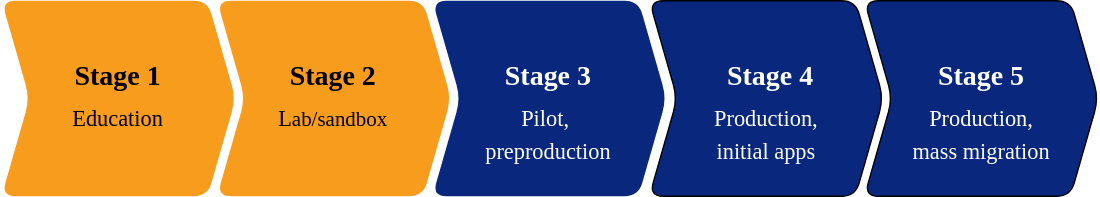
The draw.io diagram images/stages.svg in dimitri-nicolo/calico, before a commit. Source tidied: cells renumbered, new cells last; positions are measured from the earlier drawing's top-left corner, leaving out a move shared by most shapes. Source of this version:
```xml
<mxGraphModel>
  <root>
    <mxCell id="0" />
    <mxCell id="1" parent="0" />
    <mxCell id="2" style="group;" parent="1" vertex="1">
      <mxGeometry width="785" height="140" as="geometry" />
    </mxCell>
    <mxCell id="3" style="group;" parent="2" vertex="1">
      <mxGeometry width="785" height="140" as="geometry" />
    </mxCell>
    <mxCell id="4" style="endArrow=none;dashed=1;html=1;dashPattern=1 3;strokeWidth=2;fontFamily=Verdana;fontSize=14;fontColor=#000000;" parent="3" edge="1">
      <mxGeometry relative="1" as="geometry">
        <mxPoint x="382.7" y="131.2" as="sourcePoint" />
        <mxPoint x="431.7" y="87.5" as="targetPoint" />
      </mxGeometry>
    </mxCell>
    <mxCell id="5" style="endArrow=none;dashed=1;html=1;dashPattern=1 3;strokeWidth=2;fontFamily=Verdana;fontSize=14;fontColor=#000000;" parent="3" edge="1">
      <mxGeometry relative="1" as="geometry">
        <mxPoint x="382.7" y="131.2" as="sourcePoint" />
        <mxPoint x="431.7" y="87.5" as="targetPoint" />
      </mxGeometry>
    </mxCell>
    <mxCell id="6" style="group;" parent="3" vertex="1">
      <mxGeometry width="785" height="140" as="geometry" />
    </mxCell>
    <mxCell id="7" value="&lt;font&gt;&lt;br&gt;&lt;font style=&quot;font-size: 16px&quot;&gt;Education&lt;/font&gt;&lt;br&gt;&lt;/font&gt;" style="shape=step;perimeter=stepPerimeter;whiteSpace=wrap;html=1;fixedSize=1;fontSize=20;fontFamily=Verdana;labelBackgroundColor=none;fillColor=#F89C1E;strokeColor=none;rounded=1;" parent="6" vertex="1">
      <mxGeometry width="167.5" height="140" as="geometry" />
    </mxCell>
    <mxCell id="8" value="&lt;br&gt;&lt;font style=&quot;font-size: 16px&quot;&gt;L&lt;/font&gt;&lt;font style=&quot;font-size: 15px&quot;&gt;ab/sandbox&lt;/font&gt;" style="shape=step;perimeter=stepPerimeter;whiteSpace=wrap;html=1;fixedSize=1;fontSize=20;fontFamily=Verdana;labelBackgroundColor=none;fillColor=#F89C1E;strokeColor=none;rounded=1;" parent="6" vertex="1">
      <mxGeometry x="154.2" width="167.5" height="140" as="geometry" />
    </mxCell>
    <mxCell id="9" value="&lt;b&gt;&lt;br&gt;&lt;/b&gt;&lt;br&gt;&lt;font style=&quot;font-size: 16px&quot;&gt;&lt;font style=&quot;font-size: 16px&quot;&gt;Pilo&lt;/font&gt;t,&amp;nbsp;&lt;br&gt;preproduction&lt;/font&gt;" style="shape=step;perimeter=stepPerimeter;whiteSpace=wrap;html=1;fixedSize=1;fillColor=#09287D;fontColor=#FFFFFF;fontSize=20;fontFamily=Verdana;labelBackgroundColor=none;strokeColor=none;rounded=1;" parent="6" vertex="1">
      <mxGeometry x="308.3" width="167.5" height="140" as="geometry" />
    </mxCell>
    <mxCell id="10" value="&lt;font style=&quot;font-weight: bold ; font-size: 20px&quot;&gt;&lt;br&gt;&lt;/font&gt;&lt;br&gt;&lt;font style=&quot;font-size: 16px&quot;&gt;Production,&lt;br&gt;initial apps&lt;/font&gt;" style="shape=step;perimeter=stepPerimeter;whiteSpace=wrap;html=1;fixedSize=1;fillColor=#09287D;fontColor=#FFFFFF;fontSize=20;fontFamily=Verdana;labelBackgroundColor=none;rounded=1;" parent="6" vertex="1">
      <mxGeometry x="463.6" width="167.5" height="140" as="geometry" />
    </mxCell>
    <mxCell id="11" value="&lt;b&gt;&lt;br&gt;&lt;/b&gt;&lt;br&gt;&lt;span style=&quot;font-size: 16px&quot;&gt;Production,&lt;/span&gt;&lt;br&gt;&lt;span style=&quot;font-size: 16px&quot;&gt;mass migration&lt;/span&gt;" style="shape=step;perimeter=stepPerimeter;whiteSpace=wrap;html=1;fixedSize=1;fillColor=#09287D;fontColor=#FFFFFF;fontFamily=Verdana;fontSize=20;labelBackgroundColor=none;rounded=1;" parent="6" vertex="1">
      <mxGeometry x="617.5" width="167.5" height="140" as="geometry" />
    </mxCell>
    <mxCell id="12" value="&lt;b style=&quot;color: rgb(0, 0, 0); font-family: verdana; font-size: 20px; font-style: normal; letter-spacing: normal; text-align: center; text-indent: 0px; text-transform: none; word-spacing: 0px;&quot;&gt;Stage 1&lt;/b&gt;" style="text;html=1;strokeColor=none;fillColor=none;align=center;verticalAlign=middle;whiteSpace=wrap;rounded=0;labelBackgroundColor=none;fontFamily=Verdana;fontSize=14;fontColor=#000000;" parent="6" vertex="1">
      <mxGeometry x="31.1" y="43.8" width="105.3" height="17.5" as="geometry" />
    </mxCell>
    <mxCell id="13" value="&lt;b style=&quot;color: rgb(0 , 0 , 0) ; font-family: &amp;#34;verdana&amp;#34; ; font-size: 20px ; font-style: normal ; letter-spacing: normal ; text-align: center ; text-indent: 0px ; text-transform: none ; word-spacing: 0px&quot;&gt;Stage 2&lt;/b&gt;" style="text;html=1;strokeColor=none;fillColor=none;align=center;verticalAlign=middle;whiteSpace=wrap;rounded=0;labelBackgroundColor=none;fontFamily=Verdana;fontSize=14;fontColor=#000000;" parent="6" vertex="1">
      <mxGeometry x="185.3" y="43.8" width="105.3" height="17.5" as="geometry" />
    </mxCell>
    <mxCell id="14" value="&lt;b style=&quot;font-family: verdana; font-size: 20px; font-style: normal; letter-spacing: normal; text-align: center; text-indent: 0px; text-transform: none; word-spacing: 0px;&quot;&gt;Stage 3&lt;/b&gt;" style="text;html=1;strokeColor=none;fillColor=none;align=center;verticalAlign=middle;whiteSpace=wrap;rounded=0;labelBackgroundColor=none;fontFamily=Verdana;fontSize=14;fontColor=#FFFFFF;" parent="6" vertex="1">
      <mxGeometry x="339.4" y="43.8" width="105.3" height="17.5" as="geometry" />
    </mxCell>
    <mxCell id="15" value="&lt;b style=&quot;font-family: &amp;#34;verdana&amp;#34; ; font-size: 20px ; font-style: normal ; letter-spacing: normal ; text-align: center ; text-indent: 0px ; text-transform: none ; word-spacing: 0px&quot;&gt;Stage 4&lt;/b&gt;" style="text;html=1;strokeColor=none;fillColor=none;align=center;verticalAlign=middle;whiteSpace=wrap;rounded=0;labelBackgroundColor=none;fontFamily=Verdana;fontSize=14;fontColor=#FFFFFF;" parent="6" vertex="1">
      <mxGeometry x="497.8" y="43.8" width="105.3" height="17.5" as="geometry" />
    </mxCell>
    <mxCell id="16" value="&lt;b style=&quot;font-family: &amp;#34;verdana&amp;#34; ; font-size: 20px ; font-style: normal ; letter-spacing: normal ; text-align: center ; text-indent: 0px ; text-transform: none ; word-spacing: 0px&quot;&gt;Stage 5&lt;/b&gt;" style="text;html=1;strokeColor=none;fillColor=none;align=center;verticalAlign=middle;whiteSpace=wrap;rounded=0;labelBackgroundColor=none;fontFamily=Verdana;fontSize=14;fontColor=#FFFFFF;" parent="6" vertex="1">
      <mxGeometry x="648.6" y="43.8" width="105.3" height="17.5" as="geometry" />
    </mxCell>
  </root>
</mxGraphModel>
```
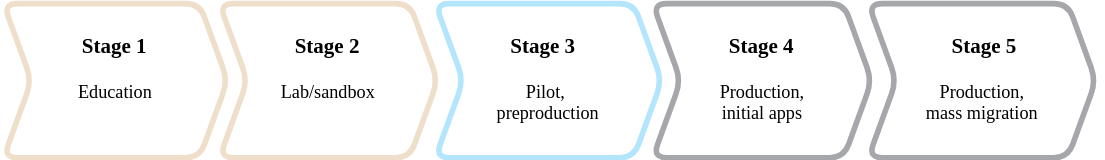
The same diagram one commit later.

What changed in the source:
```diff
@@ -2,56 +2,38 @@
   <root>
     <mxCell id="0" />
     <mxCell id="1" parent="0" />
-    <mxCell id="2" style="group;" parent="1" vertex="1">
-      <mxGeometry width="785" height="140" as="geometry" />
+    <mxCell id="2" style="group;comic=0;strokeWidth=3;" parent="1" vertex="1">
+      <mxGeometry width="785" height="110" as="geometry" />
     </mxCell>
-    <mxCell id="3" style="group;" parent="2" vertex="1">
-      <mxGeometry width="785" height="140" as="geometry" />
+    <mxCell id="3" value="&lt;font style=&quot;font-size: 13px;&quot;&gt;&lt;br style=&quot;font-size: 13px;&quot;&gt;&lt;font style=&quot;font-size: 13px;&quot;&gt;Education&lt;/font&gt;&lt;br style=&quot;font-size: 13px;&quot;&gt;&lt;/font&gt;" style="shape=step;perimeter=stepPerimeter;whiteSpace=wrap;html=1;fixedSize=1;fontSize=13;fontFamily=Verdana;labelBackgroundColor=none;rounded=1;comic=0;fillColor=none;strokeColor=#EFDEC9;strokeWidth=4;" parent="2" vertex="1">
+      <mxGeometry width="160" height="110" as="geometry" />
     </mxCell>
-    <mxCell id="4" style="endArrow=none;dashed=1;html=1;dashPattern=1 3;strokeWidth=2;fontFamily=Verdana;fontSize=14;fontColor=#000000;" parent="3" edge="1">
-      <mxGeometry relative="1" as="geometry">
-        <mxPoint x="382.7" y="131.2" as="sourcePoint" />
-        <mxPoint x="431.7" y="87.5" as="targetPoint" />
-      </mxGeometry>
+    <mxCell id="4" value="&lt;font style=&quot;font-size: 13px;&quot;&gt;&lt;br style=&quot;font-size: 13px;&quot;&gt;&lt;font style=&quot;font-size: 13px;&quot;&gt;L&lt;/font&gt;&lt;font style=&quot;font-size: 13px;&quot;&gt;ab/sandbox&lt;/font&gt;&lt;/font&gt;" style="shape=step;perimeter=stepPerimeter;whiteSpace=wrap;html=1;fixedSize=1;fontSize=13;fontFamily=Verdana;labelBackgroundColor=none;rounded=1;comic=0;fillColor=none;strokeWidth=4;strokeColor=#EFDEC9;" parent="2" vertex="1">
+      <mxGeometry x="154.2" width="155.8" height="110" as="geometry" />
     </mxCell>
-    <mxCell id="5" style="endArrow=none;dashed=1;html=1;dashPattern=1 3;strokeWidth=2;fontFamily=Verdana;fontSize=14;fontColor=#000000;" parent="3" edge="1">
-      <mxGeometry relative="1" as="geometry">
-        <mxPoint x="382.7" y="131.2" as="sourcePoint" />
-        <mxPoint x="431.7" y="87.5" as="targetPoint" />
-      </mxGeometry>
+    <mxCell id="5" value="&lt;font style=&quot;font-size: 13px&quot; color=&quot;#000000&quot;&gt;&lt;b style=&quot;font-size: 13px&quot;&gt;&lt;br style=&quot;font-size: 13px&quot;&gt;&lt;/b&gt;&lt;br style=&quot;font-size: 13px&quot;&gt;&lt;font style=&quot;font-size: 13px&quot;&gt;&lt;font style=&quot;font-size: 13px&quot;&gt;Pilo&lt;/font&gt;t,&amp;nbsp;&lt;br style=&quot;font-size: 13px&quot;&gt;preproduction&lt;/font&gt;&lt;/font&gt;" style="shape=step;perimeter=stepPerimeter;whiteSpace=wrap;html=1;fixedSize=1;fontColor=#FFFFFF;fontSize=13;fontFamily=Verdana;labelBackgroundColor=none;rounded=1;comic=0;fillColor=none;strokeWidth=4;strokeColor=#B3E5FC;" parent="2" vertex="1">
+      <mxGeometry x="308.3" width="161.7" height="110" as="geometry" />
     </mxCell>
-    <mxCell id="6" style="group;" parent="3" vertex="1">
-      <mxGeometry width="785" height="140" as="geometry" />
+    <mxCell id="6" value="&lt;font style=&quot;font-size: 13px&quot; color=&quot;#000000&quot;&gt;&lt;font style=&quot;font-weight: bold ; font-size: 13px&quot;&gt;&lt;br style=&quot;font-size: 13px&quot;&gt;&lt;/font&gt;&lt;br style=&quot;font-size: 13px&quot;&gt;&lt;font style=&quot;font-size: 13px&quot;&gt;Production,&lt;br style=&quot;font-size: 13px&quot;&gt;initial apps&lt;/font&gt;&lt;/font&gt;" style="shape=step;perimeter=stepPerimeter;whiteSpace=wrap;html=1;fixedSize=1;fontColor=#FFFFFF;fontSize=13;fontFamily=Verdana;labelBackgroundColor=none;rounded=1;comic=0;fillColor=none;strokeWidth=4;strokeColor=#A6A7AA;" parent="2" vertex="1">
+      <mxGeometry x="463.6" width="156.4" height="110" as="geometry" />
     </mxCell>
-    <mxCell id="7" value="&lt;font&gt;&lt;br&gt;&lt;font style=&quot;font-size: 16px&quot;&gt;Education&lt;/font&gt;&lt;br&gt;&lt;/font&gt;" style="shape=step;perimeter=stepPerimeter;whiteSpace=wrap;html=1;fixedSize=1;fontSize=20;fontFamily=Verdana;labelBackgroundColor=none;fillColor=#F89C1E;strokeColor=none;rounded=1;" parent="6" vertex="1">
-      <mxGeometry width="167.5" height="140" as="geometry" />
+    <mxCell id="7" value="&lt;font style=&quot;font-size: 13px&quot; color=&quot;#000000&quot;&gt;&lt;b style=&quot;font-size: 13px&quot;&gt;&lt;br style=&quot;font-size: 13px&quot;&gt;&lt;/b&gt;&lt;br style=&quot;font-size: 13px&quot;&gt;Production,&lt;br style=&quot;font-size: 13px&quot;&gt;mass migration&lt;/font&gt;" style="shape=step;perimeter=stepPerimeter;whiteSpace=wrap;html=1;fixedSize=1;fontColor=#FFFFFF;fontFamily=Verdana;fontSize=13;labelBackgroundColor=none;rounded=1;comic=0;fillColor=none;strokeWidth=4;strokeColor=#A6A7AA;" parent="2" vertex="1">
+      <mxGeometry x="617.5" width="162.5" height="110" as="geometry" />
     </mxCell>
-    <mxCell id="8" value="&lt;br&gt;&lt;font style=&quot;font-size: 16px&quot;&gt;L&lt;/font&gt;&lt;font style=&quot;font-size: 15px&quot;&gt;ab/sandbox&lt;/font&gt;" style="shape=step;perimeter=stepPerimeter;whiteSpace=wrap;html=1;fixedSize=1;fontSize=20;fontFamily=Verdana;labelBackgroundColor=none;fillColor=#F89C1E;strokeColor=none;rounded=1;" parent="6" vertex="1">
-      <mxGeometry x="154.2" width="167.5" height="140" as="geometry" />
+    <mxCell id="8" value="&lt;b style=&quot;color: rgb(0 , 0 , 0) ; font-family: &amp;#34;verdana&amp;#34; ; font-style: normal ; letter-spacing: normal ; text-align: center ; text-indent: 0px ; text-transform: none ; word-spacing: 0px&quot;&gt;&lt;font style=&quot;font-size: 15px&quot;&gt;Stage 1&lt;/font&gt;&lt;/b&gt;" style="text;html=1;strokeColor=none;fillColor=none;align=center;verticalAlign=middle;whiteSpace=wrap;rounded=0;labelBackgroundColor=none;fontFamily=Verdana;fontSize=13;fontColor=#000000;comic=0;" parent="2" vertex="1">
+      <mxGeometry x="27.3" y="23.6" width="105.3" height="13.8" as="geometry" />
     </mxCell>
-    <mxCell id="9" value="&lt;b&gt;&lt;br&gt;&lt;/b&gt;&lt;br&gt;&lt;font style=&quot;font-size: 16px&quot;&gt;&lt;font style=&quot;font-size: 16px&quot;&gt;Pilo&lt;/font&gt;t,&amp;nbsp;&lt;br&gt;preproduction&lt;/font&gt;" style="shape=step;perimeter=stepPerimeter;whiteSpace=wrap;html=1;fixedSize=1;fillColor=#09287D;fontColor=#FFFFFF;fontSize=20;fontFamily=Verdana;labelBackgroundColor=none;strokeColor=none;rounded=1;" parent="6" vertex="1">
-      <mxGeometry x="308.3" width="167.5" height="140" as="geometry" />
+    <mxCell id="9" value="&lt;b style=&quot;color: rgb(0 , 0 , 0) ; font-family: &amp;#34;verdana&amp;#34; ; font-style: normal ; letter-spacing: normal ; text-align: center ; text-indent: 0px ; text-transform: none ; word-spacing: 0px&quot;&gt;&lt;font style=&quot;font-size: 15px&quot;&gt;Stage 2&lt;/font&gt;&lt;/b&gt;" style="text;html=1;strokeColor=none;fillColor=none;align=center;verticalAlign=middle;whiteSpace=wrap;rounded=0;labelBackgroundColor=none;fontFamily=Verdana;fontSize=13;fontColor=#000000;comic=0;" parent="2" vertex="1">
+      <mxGeometry x="179.4" y="23.6" width="105.3" height="13.8" as="geometry" />
     </mxCell>
-    <mxCell id="10" value="&lt;font style=&quot;font-weight: bold ; font-size: 20px&quot;&gt;&lt;br&gt;&lt;/font&gt;&lt;br&gt;&lt;font style=&quot;font-size: 16px&quot;&gt;Production,&lt;br&gt;initial apps&lt;/font&gt;" style="shape=step;perimeter=stepPerimeter;whiteSpace=wrap;html=1;fixedSize=1;fillColor=#09287D;fontColor=#FFFFFF;fontSize=20;fontFamily=Verdana;labelBackgroundColor=none;rounded=1;" parent="6" vertex="1">
-      <mxGeometry x="463.6" width="167.5" height="140" as="geometry" />
+    <mxCell id="10" value="&lt;b style=&quot;font-family: &amp;#34;verdana&amp;#34; ; font-style: normal ; letter-spacing: normal ; text-align: center ; text-indent: 0px ; text-transform: none ; word-spacing: 0px&quot;&gt;&lt;font style=&quot;font-size: 15px&quot;&gt;Stage 3&lt;/font&gt;&lt;/b&gt;" style="text;html=1;strokeColor=none;fillColor=none;align=center;verticalAlign=middle;whiteSpace=wrap;rounded=0;labelBackgroundColor=none;fontFamily=Verdana;fontSize=13;comic=0;" parent="2" vertex="1">
+      <mxGeometry x="333" y="23.6" width="105.3" height="13.8" as="geometry" />
     </mxCell>
-    <mxCell id="11" value="&lt;b&gt;&lt;br&gt;&lt;/b&gt;&lt;br&gt;&lt;span style=&quot;font-size: 16px&quot;&gt;Production,&lt;/span&gt;&lt;br&gt;&lt;span style=&quot;font-size: 16px&quot;&gt;mass migration&lt;/span&gt;" style="shape=step;perimeter=stepPerimeter;whiteSpace=wrap;html=1;fixedSize=1;fillColor=#09287D;fontColor=#FFFFFF;fontFamily=Verdana;fontSize=20;labelBackgroundColor=none;rounded=1;" parent="6" vertex="1">
-      <mxGeometry x="617.5" width="167.5" height="140" as="geometry" />
+    <mxCell id="11" value="&lt;span style=&quot;font-family: &amp;#34;verdana&amp;#34; ; font-style: normal ; letter-spacing: normal ; text-align: center ; text-indent: 0px ; text-transform: none ; word-spacing: 0px&quot;&gt;&lt;font style=&quot;font-size: 15px&quot;&gt;Stage 4&lt;/font&gt;&lt;/span&gt;" style="text;html=1;strokeColor=none;fillColor=none;align=center;verticalAlign=middle;whiteSpace=wrap;rounded=0;labelBackgroundColor=none;fontFamily=Verdana;fontSize=13;fontStyle=1;comic=0;" parent="2" vertex="1">
+      <mxGeometry x="489.1" y="23.6" width="105.3" height="13.8" as="geometry" />
     </mxCell>
-    <mxCell id="12" value="&lt;b style=&quot;color: rgb(0, 0, 0); font-family: verdana; font-size: 20px; font-style: normal; letter-spacing: normal; text-align: center; text-indent: 0px; text-transform: none; word-spacing: 0px;&quot;&gt;Stage 1&lt;/b&gt;" style="text;html=1;strokeColor=none;fillColor=none;align=center;verticalAlign=middle;whiteSpace=wrap;rounded=0;labelBackgroundColor=none;fontFamily=Verdana;fontSize=14;fontColor=#000000;" parent="6" vertex="1">
-      <mxGeometry x="31.1" y="43.8" width="105.3" height="17.5" as="geometry" />
+    <mxCell id="12" value="&lt;span style=&quot;font-family: &amp;#34;verdana&amp;#34; ; font-style: normal ; letter-spacing: normal ; text-align: center ; text-indent: 0px ; text-transform: none ; word-spacing: 0px&quot;&gt;&lt;font style=&quot;font-size: 15px&quot;&gt;Stage 5&lt;/font&gt;&lt;/span&gt;" style="text;html=1;strokeColor=none;fillColor=none;align=center;verticalAlign=middle;whiteSpace=wrap;rounded=0;labelBackgroundColor=none;fontFamily=Verdana;fontSize=13;fontStyle=1;comic=0;" parent="2" vertex="1">
+      <mxGeometry x="648.2" y="23.6" width="105.3" height="13.8" as="geometry" />
     </mxCell>
-    <mxCell id="13" value="&lt;b style=&quot;color: rgb(0 , 0 , 0) ; font-family: &amp;#34;verdana&amp;#34; ; font-size: 20px ; font-style: normal ; letter-spacing: normal ; text-align: center ; text-indent: 0px ; text-transform: none ; word-spacing: 0px&quot;&gt;Stage 2&lt;/b&gt;" style="text;html=1;strokeColor=none;fillColor=none;align=center;verticalAlign=middle;whiteSpace=wrap;rounded=0;labelBackgroundColor=none;fontFamily=Verdana;fontSize=14;fontColor=#000000;" parent="6" vertex="1">
-      <mxGeometry x="185.3" y="43.8" width="105.3" height="17.5" as="geometry" />
-    </mxCell>
-    <mxCell id="14" value="&lt;b style=&quot;font-family: verdana; font-size: 20px; font-style: normal; letter-spacing: normal; text-align: center; text-indent: 0px; text-transform: none; word-spacing: 0px;&quot;&gt;Stage 3&lt;/b&gt;" style="text;html=1;strokeColor=none;fillColor=none;align=center;verticalAlign=middle;whiteSpace=wrap;rounded=0;labelBackgroundColor=none;fontFamily=Verdana;fontSize=14;fontColor=#FFFFFF;" parent="6" vertex="1">
-      <mxGeometry x="339.4" y="43.8" width="105.3" height="17.5" as="geometry" />
-    </mxCell>
-    <mxCell id="15" value="&lt;b style=&quot;font-family: &amp;#34;verdana&amp;#34; ; font-size: 20px ; font-style: normal ; letter-spacing: normal ; text-align: center ; text-indent: 0px ; text-transform: none ; word-spacing: 0px&quot;&gt;Stage 4&lt;/b&gt;" style="text;html=1;strokeColor=none;fillColor=none;align=center;verticalAlign=middle;whiteSpace=wrap;rounded=0;labelBackgroundColor=none;fontFamily=Verdana;fontSize=14;fontColor=#FFFFFF;" parent="6" vertex="1">
-      <mxGeometry x="497.8" y="43.8" width="105.3" height="17.5" as="geometry" />
-    </mxCell>
-    <mxCell id="16" value="&lt;b style=&quot;font-family: &amp;#34;verdana&amp;#34; ; font-size: 20px ; font-style: normal ; letter-spacing: normal ; text-align: center ; text-indent: 0px ; text-transform: none ; word-spacing: 0px&quot;&gt;Stage 5&lt;/b&gt;" style="text;html=1;strokeColor=none;fillColor=none;align=center;verticalAlign=middle;whiteSpace=wrap;rounded=0;labelBackgroundColor=none;fontFamily=Verdana;fontSize=14;fontColor=#FFFFFF;" parent="6" vertex="1">
-      <mxGeometry x="648.6" y="43.8" width="105.3" height="17.5" as="geometry" />
-    </mxCell>
   </root>
 </mxGraphModel>
```
